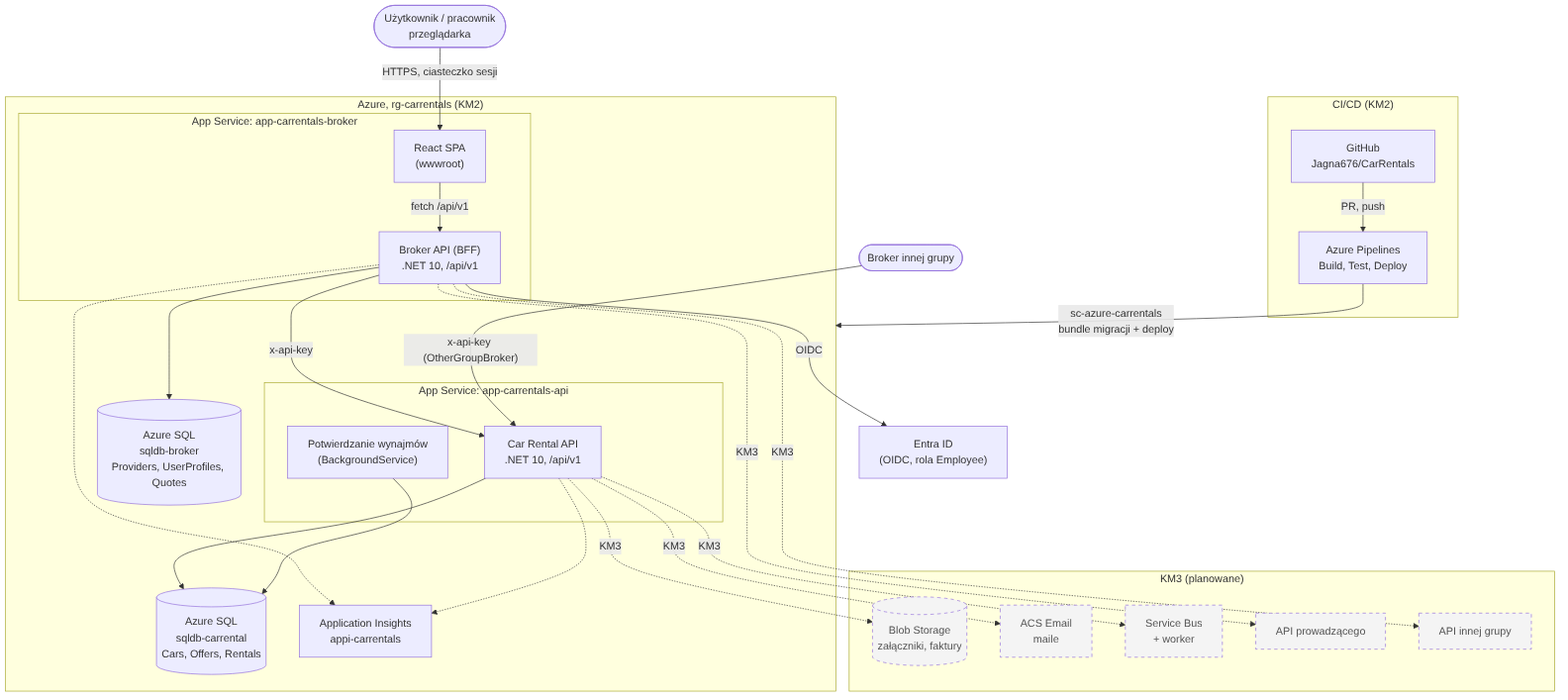
The Mermaid diagram docs/diagrams/architecture.png in CarRentalss/CarRentals, before a commit. Its source is kept beside it as docs/diagrams/architecture.mmd. Source of this version:
```mermaid
flowchart TB
  user([Użytkownik / pracownik<br/>przeglądarka])
  other([Broker innej grupy])

  subgraph azure["Azure, rg-carrentals (KM2)"]
    subgraph broker_app["App Service: app-carrentals-broker"]
      react["React SPA<br/>(wwwroot)"]
      broker["Broker API (BFF)<br/>.NET 10, /api/v1"]
    end
    subgraph api_app["App Service: app-carrentals-api"]
      carapi["Car Rental API<br/>.NET 10, /api/v1"]
      worker["Potwierdzanie wynajmów<br/>(BackgroundService)"]
    end
    brokerdb[("Azure SQL<br/>sqldb-broker<br/>Providers, UserProfiles, Quotes")]
    cardb[("Azure SQL<br/>sqldb-carrental<br/>Cars, Offers, Rentals")]
    appi["Application Insights<br/>appi-carrentals"]
  end

  subgraph km3["KM3 (planowane)"]
    blob[("Blob Storage<br/>załączniki, faktury")]
    mail["ACS Email<br/>maile"]
    sb["Service Bus<br/>+ worker"]
    lect["API prowadzącego"]
    otherapi["API innej grupy"]
  end

  entra["Entra ID<br/>(OIDC, rola Employee)"]

  subgraph cicd["CI/CD (KM2)"]
    gh["GitHub<br/>Jagna676/CarRentals"]
    ado["Azure Pipelines<br/>Build, Test, Deploy"]
  end

  user -- "HTTPS, ciasteczko sesji" --> react
  react -- "fetch /api/v1" --> broker
  broker -- "OIDC" --> entra
  broker -- "x-api-key" --> carapi
  broker --> brokerdb
  carapi --> cardb
  worker --> cardb
  other -- "x-api-key (OtherGroupBroker)" --> carapi
  broker -.-> appi
  carapi -.-> appi

  broker -. "KM3" .-> lect
  broker -. "KM3" .-> otherapi
  carapi -. "KM3" .-> blob
  carapi -. "KM3" .-> mail
  carapi -. "KM3" .-> sb

  gh -- "PR, push" --> ado
  ado -- "sc-azure-carrentals<br/>bundle migracji + deploy" --> azure

  classDef planned stroke-dasharray: 5 5,fill:#f4f4f4,color:#555;
  class blob,mail,sb,lect,otherapi planned;
```
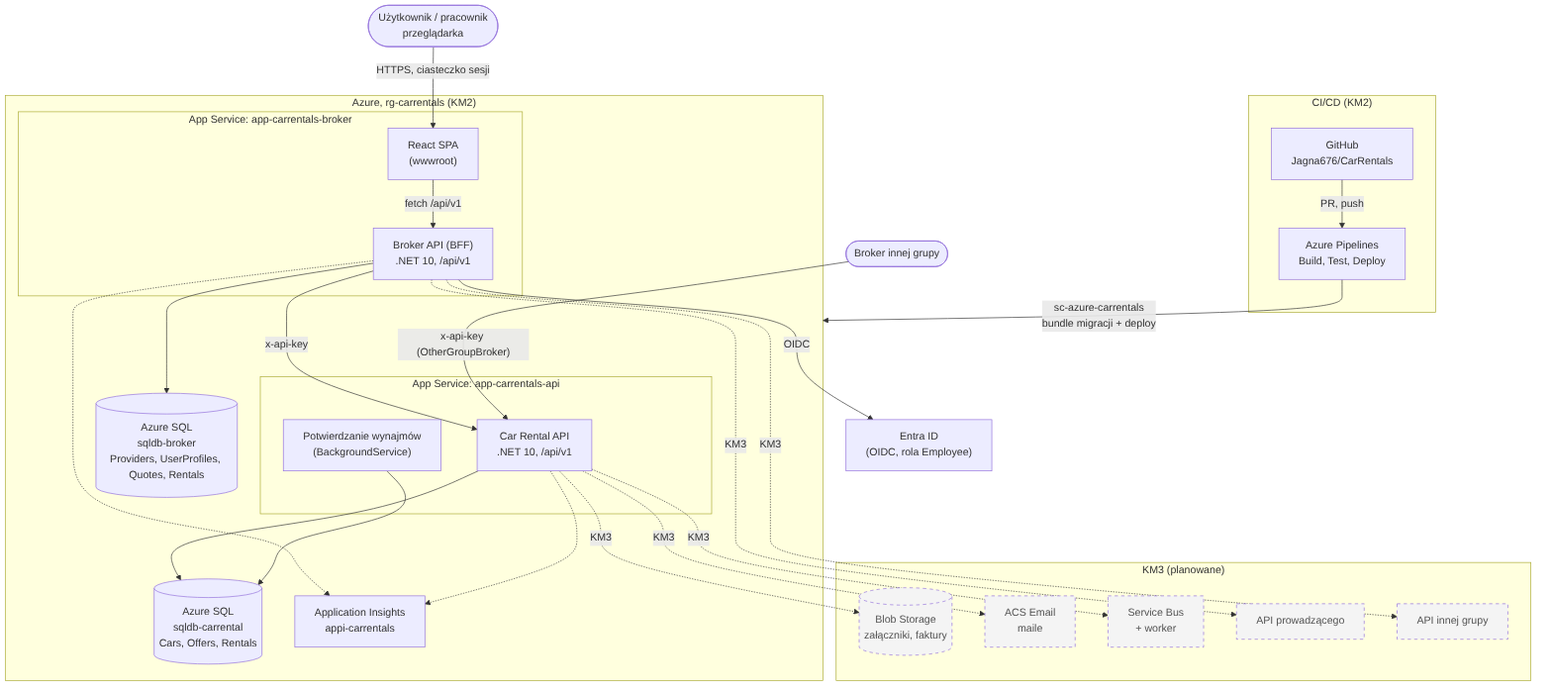
The same diagram one commit later.

Change to the diagram source:
```diff
@@ -11,7 +11,7 @@
       carapi["Car Rental API<br/>.NET 10, /api/v1"]
       worker["Potwierdzanie wynajmów<br/>(BackgroundService)"]
     end
-    brokerdb[("Azure SQL<br/>sqldb-broker<br/>Providers, UserProfiles, Quotes")]
+    brokerdb[("Azure SQL<br/>sqldb-broker<br/>Providers, UserProfiles, Quotes, Rentals")]
     cardb[("Azure SQL<br/>sqldb-carrental<br/>Cars, Offers, Rentals")]
     appi["Application Insights<br/>appi-carrentals"]
   end
```
